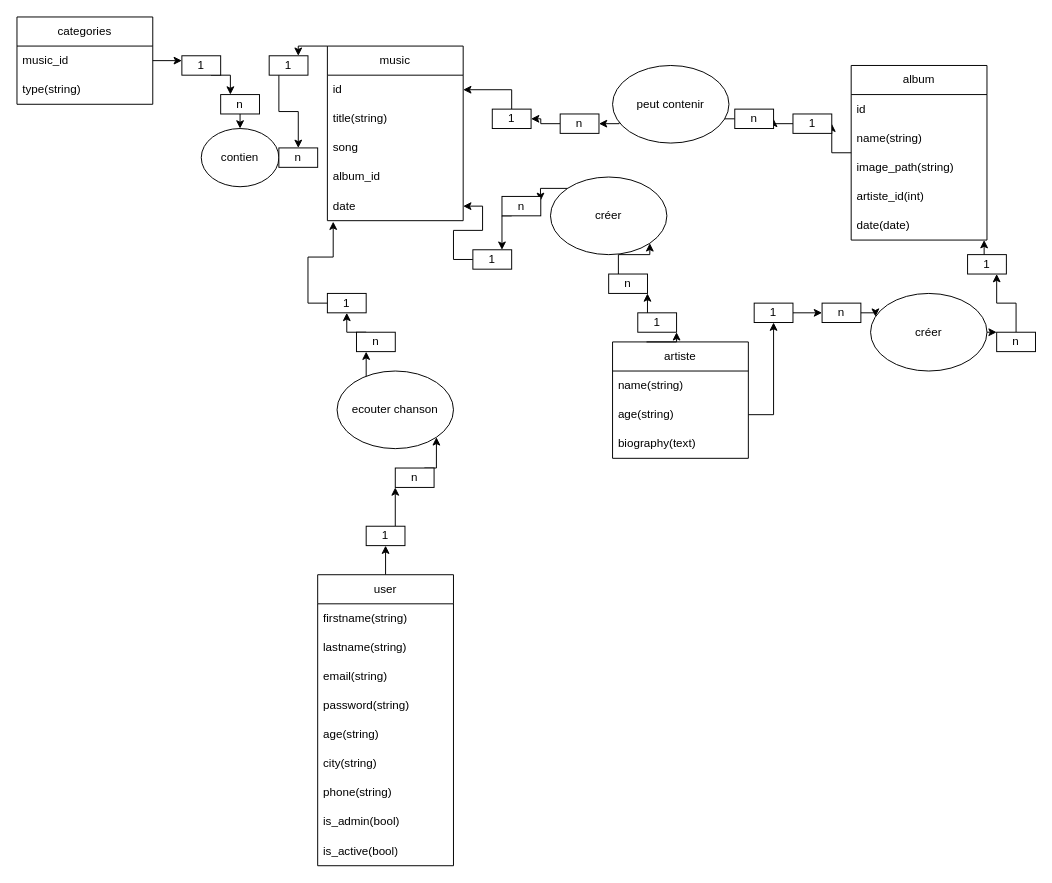
The draw.io diagram dizzer.drawio in chloegregoirecufi/dizzer_symfony, before the edit. Source tidied: cells renumbered, new cells numbered last; positions are measured from the earlier drawing's top-left corner, leaving out a move shared by most shapes. Both pictures are drawn from the tidied source at 97%, with x=0, y=0 at pixel (16, 16).
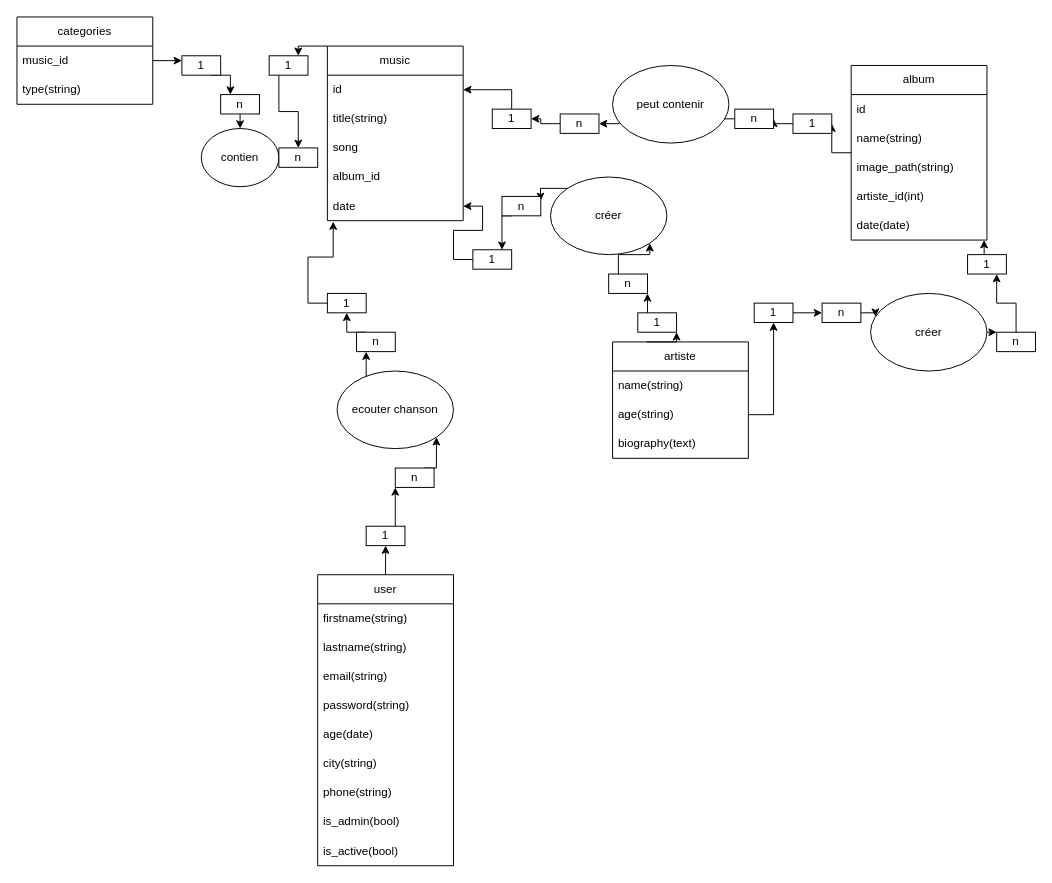
Above is the later version.

The change refers to these unchanged cells:
```xml
<mxCell id="15" value="user" style="swimlane;fontStyle=0;horizontal=1;startSize=30;whiteSpace=wrap;html=1;" parent="1" vertex="1">
  <mxGeometry x="310" y="575" width="140" height="300" as="geometry" />
</mxCell>
```

What changed in the source:
```diff
@@
-    <mxCell id="20" value="age(string)" style="text;strokeColor=none;fillColor=none;align=left;verticalAlign=middle;spacingLeft=4;spacingRight=4;overflow=hidden;whiteSpace=wrap;html=1;" parent="15" vertex="1">
+    <mxCell id="20" value="age(date)" style="text;strokeColor=none;fillColor=none;align=left;verticalAlign=middle;spacingLeft=4;spacingRight=4;overflow=hidden;whiteSpace=wrap;html=1;" parent="15" vertex="1">
       <mxGeometry y="150" width="140" height="30" as="geometry" />
     </mxCell>
```
